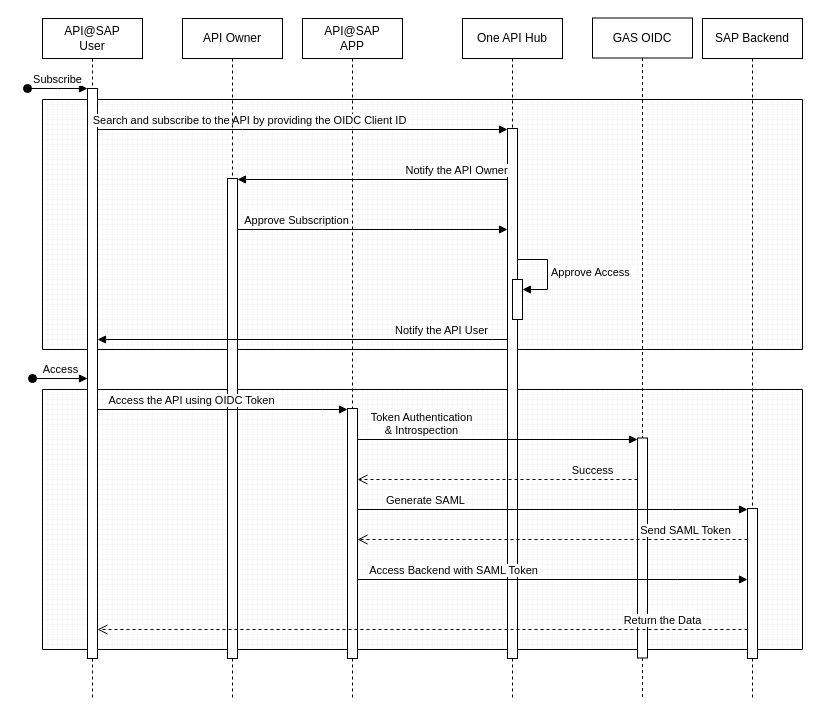
Above: DnA Security Architecture With Kong.drawio in kameshbrao/ArchiModels (draw.io), before the change. Source tidied: cells renumbered, new cells numbered last; positions are measured from the earlier drawing's top-left corner, leaving out a move shared by most shapes. Both pictures are drawn from the tidied source at 100%, with x=0, y=0 at pixel (27, 17).
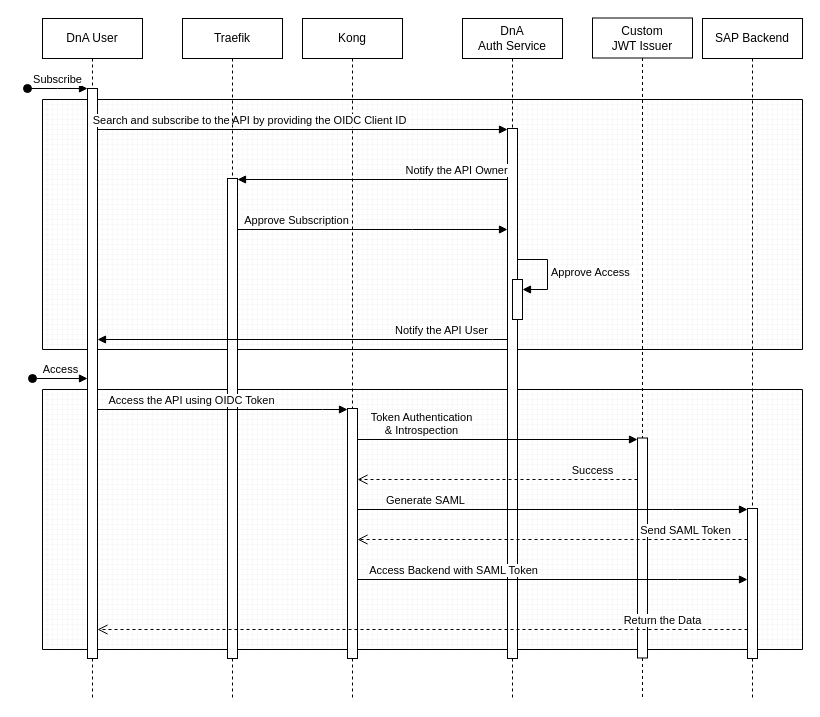
The same diagram, later.

The edit, as a diff of the source:
```diff
@@
-    <mxCell id="4" value="API@SAP &lt;br&gt;User" style="shape=umlLifeline;perimeter=lifelinePerimeter;whiteSpace=wrap;html=1;newEdgeStyle={&quot;edgeStyle&quot;:&quot;elbowEdgeStyle&quot;,&quot;elbow&quot;:&quot;vertical&quot;,&quot;curved&quot;:0,&quot;rounded&quot;:0};" parent="1" vertex="1">
+    <mxCell id="4" value="DnA User" style="shape=umlLifeline;perimeter=lifelinePerimeter;whiteSpace=wrap;html=1;newEdgeStyle={&quot;edgeStyle&quot;:&quot;elbowEdgeStyle&quot;,&quot;elbow&quot;:&quot;vertical&quot;,&quot;curved&quot;:0,&quot;rounded&quot;:0};" parent="1" vertex="1">
       <mxGeometry x="15" y="1" width="100" height="681" as="geometry" />
     </mxCell>
@@
-    <mxCell id="7" value="API@SAP&lt;br&gt;APP" style="shape=umlLifeline;perimeter=lifelinePerimeter;whiteSpace=wrap;html=1;newEdgeStyle={&quot;edgeStyle&quot;:&quot;elbowEdgeStyle&quot;,&quot;elbow&quot;:&quot;vertical&quot;,&quot;curved&quot;:0,&quot;rounded&quot;:0};" parent="1" vertex="1">
+    <mxCell id="7" value="Kong" style="shape=umlLifeline;perimeter=lifelinePerimeter;whiteSpace=wrap;html=1;newEdgeStyle={&quot;edgeStyle&quot;:&quot;elbowEdgeStyle&quot;,&quot;elbow&quot;:&quot;vertical&quot;,&quot;curved&quot;:0,&quot;rounded&quot;:0};" parent="1" vertex="1">
       <mxGeometry x="275" y="1" width="100" height="681" as="geometry" />
     </mxCell>
@@
-    <mxCell id="10" value="One API Hub" style="shape=umlLifeline;perimeter=lifelinePerimeter;whiteSpace=wrap;html=1;newEdgeStyle={&quot;edgeStyle&quot;:&quot;elbowEdgeStyle&quot;,&quot;elbow&quot;:&quot;vertical&quot;,&quot;curved&quot;:0,&quot;rounded&quot;:0};" parent="1" vertex="1">
+    <mxCell id="10" value="DnA&lt;br&gt;Auth Service" style="shape=umlLifeline;perimeter=lifelinePerimeter;whiteSpace=wrap;html=1;newEdgeStyle={&quot;edgeStyle&quot;:&quot;elbowEdgeStyle&quot;,&quot;elbow&quot;:&quot;vertical&quot;,&quot;curved&quot;:0,&quot;rounded&quot;:0};" parent="1" vertex="1">
       <mxGeometry x="435" y="1" width="100" height="681" as="geometry" />
     </mxCell>
@@
-    <mxCell id="16" value="API Owner" style="shape=umlLifeline;perimeter=lifelinePerimeter;whiteSpace=wrap;html=1;newEdgeStyle={&quot;edgeStyle&quot;:&quot;elbowEdgeStyle&quot;,&quot;elbow&quot;:&quot;vertical&quot;,&quot;curved&quot;:0,&quot;rounded&quot;:0};" parent="1" vertex="1">
+    <mxCell id="16" value="Traefik" style="shape=umlLifeline;perimeter=lifelinePerimeter;whiteSpace=wrap;html=1;newEdgeStyle={&quot;edgeStyle&quot;:&quot;elbowEdgeStyle&quot;,&quot;elbow&quot;:&quot;vertical&quot;,&quot;curved&quot;:0,&quot;rounded&quot;:0};" parent="1" vertex="1">
       <mxGeometry x="155" y="1" width="100" height="680" as="geometry" />
     </mxCell>
@@
-    <mxCell id="25" value="GAS OIDC" style="shape=umlLifeline;perimeter=lifelinePerimeter;whiteSpace=wrap;html=1;newEdgeStyle={&quot;edgeStyle&quot;:&quot;elbowEdgeStyle&quot;,&quot;elbow&quot;:&quot;vertical&quot;,&quot;curved&quot;:0,&quot;rounded&quot;:0};" parent="1" vertex="1">
+    <mxCell id="25" value="Custom &lt;br&gt;JWT Issuer" style="shape=umlLifeline;perimeter=lifelinePerimeter;whiteSpace=wrap;html=1;newEdgeStyle={&quot;edgeStyle&quot;:&quot;elbowEdgeStyle&quot;,&quot;elbow&quot;:&quot;vertical&quot;,&quot;curved&quot;:0,&quot;rounded&quot;:0};" parent="1" vertex="1">
       <mxGeometry x="565" y="0.5" width="100" height="681" as="geometry" />
     </mxCell>
```
